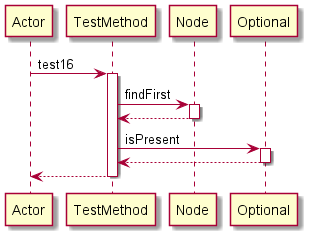
Before: Diagrams/REFLECTION/test16.png, a diagram exported from PlantUML (manucapo/Gardener).
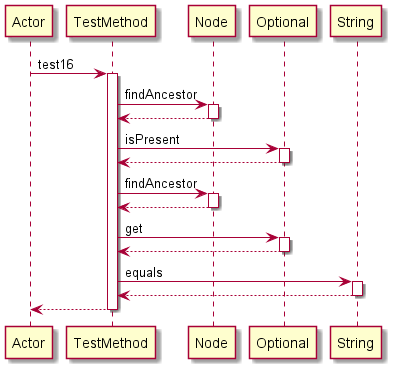
After the commit.

Diff of the diagram source:
```diff
@@ -2,7 +2,7 @@
 participant Actor
 Actor -> TestMethod: test16
 activate TestMethod
-TestMethod -> Node: findFirst
+TestMethod -> Node: findAncestor
 activate Node
 Node-->TestMethod
 deactivate Node
@@ -10,5 +10,17 @@
 activate Optional
 Optional-->TestMethod
 deactivate Optional
+TestMethod -> Node: findAncestor
+activate Node
+Node-->TestMethod
+deactivate Node
+TestMethod -> Optional: get
+activate Optional
+Optional-->TestMethod
+deactivate Optional
+TestMethod -> String: equals
+activate String
+String-->TestMethod
+deactivate String
 return
 @enduml
```
